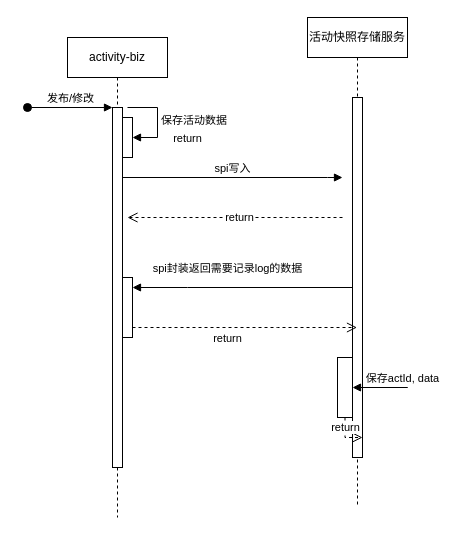
Luffybaga/draw keeps this draw.io diagram as 活动快照日志时序.drawio. Above is the earlier version. Source tidied: cells renumbered, new cells numbered last; positions are measured from the earlier drawing's top-left corner, leaving out a move shared by most shapes. Both pictures are drawn from the tidied source at 100%, with x=0, y=0 at pixel (27, 17).
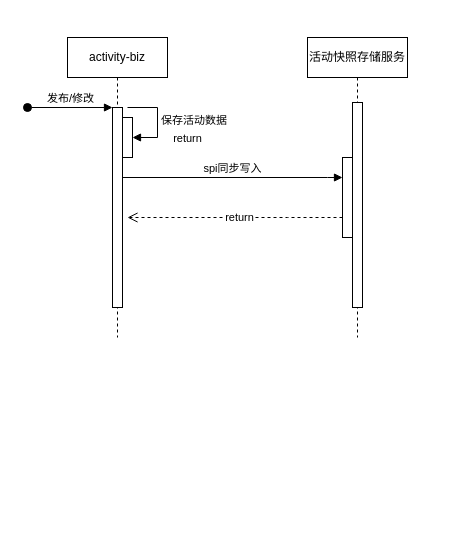
The same page after the edit.

Commit message (it also covers changes not shown here):
更新活动快照日志时序.drawio

Diff of the diagram source:
```diff
@@
     <mxCell id="2" value="activity-biz" style="shape=umlLifeline;perimeter=lifelinePerimeter;whiteSpace=wrap;html=1;newEdgeStyle={&quot;edgeStyle&quot;:&quot;elbowEdgeStyle&quot;,&quot;elbow&quot;:&quot;vertical&quot;,&quot;curved&quot;:0,&quot;rounded&quot;:0};" parent="1" vertex="1">
-      <mxGeometry x="40" y="20" width="100" height="480" as="geometry" />
+      <mxGeometry x="40" y="20" width="100" height="300" as="geometry" />
     </mxCell>
     <mxCell id="3" style="html=1;points=[];perimeter=orthogonalPerimeter;outlineConnect=0;targetShapes=umlLifeline;portConstraint=eastwest;newEdgeStyle={&quot;edgeStyle&quot;:&quot;elbowEdgeStyle&quot;,&quot;elbow&quot;:&quot;vertical&quot;,&quot;curved&quot;:0,&quot;rounded&quot;:0};" parent="2" vertex="1">
-      <mxGeometry x="45" y="70" width="10" height="360" as="geometry" />
+      <mxGeometry x="45" y="70" width="10" height="200" as="geometry" />
     </mxCell>
@@
-    <mxCell id="7" style="html=1;points=[];perimeter=orthogonalPerimeter;outlineConnect=0;targetShapes=umlLifeline;portConstraint=eastwest;newEdgeStyle={&quot;edgeStyle&quot;:&quot;elbowEdgeStyle&quot;,&quot;elbow&quot;:&quot;vertical&quot;,&quot;curved&quot;:0,&quot;rounded&quot;:0};" parent="2" vertex="1">
-      <mxGeometry x="55" y="240" width="10" height="60" as="geometry" />
-    </mxCell>
     <mxCell id="8" value="活动快照存储服务" style="shape=umlLifeline;perimeter=lifelinePerimeter;whiteSpace=wrap;html=1;newEdgeStyle={&quot;edgeStyle&quot;:&quot;elbowEdgeStyle&quot;,&quot;elbow&quot;:&quot;vertical&quot;,&quot;curved&quot;:0,&quot;rounded&quot;:0};" parent="1" vertex="1">
-      <mxGeometry x="280" width="100" height="490" as="geometry" />
+      <mxGeometry x="280" y="20" width="100" height="300" as="geometry" />
     </mxCell>
     <mxCell id="9" style="html=1;perimeter=orthogonalPerimeter;targetShapes=umlLifeline;newEdgeStyle={&quot;edgeStyle&quot;:&quot;elbowEdgeStyle&quot;,&quot;elbow&quot;:&quot;vertical&quot;,&quot;curved&quot;:0,&quot;rounded&quot;:0};" parent="8" vertex="1">
-      <mxGeometry x="45" y="80" width="10" height="360" as="geometry" />
+      <mxGeometry x="45" y="65" width="10" height="205" as="geometry" />
     </mxCell>
-    <mxCell id="10" style="html=1;points=[];perimeter=orthogonalPerimeter;outlineConnect=0;targetShapes=umlLifeline;portConstraint=eastwest;newEdgeStyle={&quot;edgeStyle&quot;:&quot;elbowEdgeStyle&quot;,&quot;elbow&quot;:&quot;vertical&quot;,&quot;curved&quot;:0,&quot;rounded&quot;:0};" parent="8" vertex="1">
-      <mxGeometry x="30" y="340" width="15" height="60" as="geometry" />
-    </mxCell>
-    <mxCell id="11" value="spi封装返回需要记录log的数据" style="html=1;verticalAlign=bottom;endArrow=block;edgeStyle=elbowEdgeStyle;elbow=vertical;curved=0;rounded=0;" parent="1" edge="1" target="7">
-      <mxGeometry x="0.14" y="-10" relative="1" as="geometry">
-        <mxPoint x="325" y="270" as="sourcePoint" />
-        <Array as="points">
-          <mxPoint x="160" y="270" />
-        </Array>
-      </mxGeometry>
-    </mxCell>
-    <mxCell id="12" value="return" style="html=1;verticalAlign=bottom;endArrow=open;dashed=1;endSize=8;edgeStyle=elbowEdgeStyle;elbow=vertical;curved=0;rounded=0;" parent="1" edge="1" source="7">
-      <mxGeometry x="-0.15" y="-20" relative="1" as="geometry">
-        <mxPoint x="329.5" y="310" as="targetPoint" />
-        <Array as="points">
-          <mxPoint x="250" y="310" />
-          <mxPoint x="200" y="320" />
-        </Array>
-      </mxGeometry>
-    </mxCell>
-    <mxCell id="13" value="保存actId, data&lt;br&gt;" style="html=1;verticalAlign=bottom;endArrow=block;edgeStyle=elbowEdgeStyle;elbow=vertical;curved=0;rounded=0;" parent="1" edge="1" target="10">
-      <mxGeometry relative="1" as="geometry">
-        <mxPoint x="335" y="370" as="sourcePoint" />
-        <Array as="points">
-          <mxPoint x="380" y="370" />
-        </Array>
-      </mxGeometry>
-    </mxCell>
-    <mxCell id="14" value="return" style="html=1;verticalAlign=bottom;endArrow=open;dashed=1;endSize=8;edgeStyle=elbowEdgeStyle;elbow=vertical;curved=0;rounded=0;" parent="1" edge="1" source="10">
-      <mxGeometry relative="1" as="geometry">
-        <mxPoint x="335" y="420" as="targetPoint" />
-        <Array as="points">
-          <mxPoint x="460" y="420" />
-        </Array>
-      </mxGeometry>
-    </mxCell>
+    <mxCell id="18" style="html=1;points=[];perimeter=orthogonalPerimeter;outlineConnect=0;targetShapes=umlLifeline;portConstraint=eastwest;newEdgeStyle={&quot;edgeStyle&quot;:&quot;elbowEdgeStyle&quot;,&quot;elbow&quot;:&quot;vertical&quot;,&quot;curved&quot;:0,&quot;rounded&quot;:0};" parent="8" vertex="1">
+      <mxGeometry x="35" y="120" width="10" height="80" as="geometry" />
+    </mxCell>
-    <mxCell id="15" value="spi写入" style="html=1;verticalAlign=bottom;endArrow=block;edgeStyle=elbowEdgeStyle;elbow=vertical;curved=0;rounded=0;" parent="1" edge="1" source="3">
+    <mxCell id="15" value="spi同步写入" style="html=1;verticalAlign=bottom;endArrow=block;edgeStyle=elbowEdgeStyle;elbow=vertical;curved=0;rounded=0;" parent="1" edge="1" source="3" target="18">
       <mxGeometry relative="1" as="geometry">
-        <mxPoint x="315" y="160" as="targetPoint" />
         <Array as="points">
           <mxPoint x="300" y="160" />
         </Array>
       </mxGeometry>
     </mxCell>
-    <mxCell id="16" value="return" style="html=1;verticalAlign=bottom;endArrow=open;dashed=1;endSize=8;edgeStyle=elbowEdgeStyle;elbow=vertical;curved=0;rounded=0;" parent="1" edge="1">
+    <mxCell id="16" value="return" style="html=1;verticalAlign=bottom;endArrow=open;dashed=1;endSize=8;edgeStyle=elbowEdgeStyle;elbow=vertical;curved=0;rounded=0;" parent="1" edge="1" source="18">
       <mxGeometry x="0.44" y="-70" relative="1" as="geometry">
-        <mxPoint x="315" y="200" as="sourcePoint" />
         <mxPoint x="100" y="200" as="targetPoint" />
         <Array as="points">
           <mxPoint x="260" y="200" />
           <mxPoint x="290" y="270" />
         </Array>
       </mxGeometry>
     </mxCell>
```
